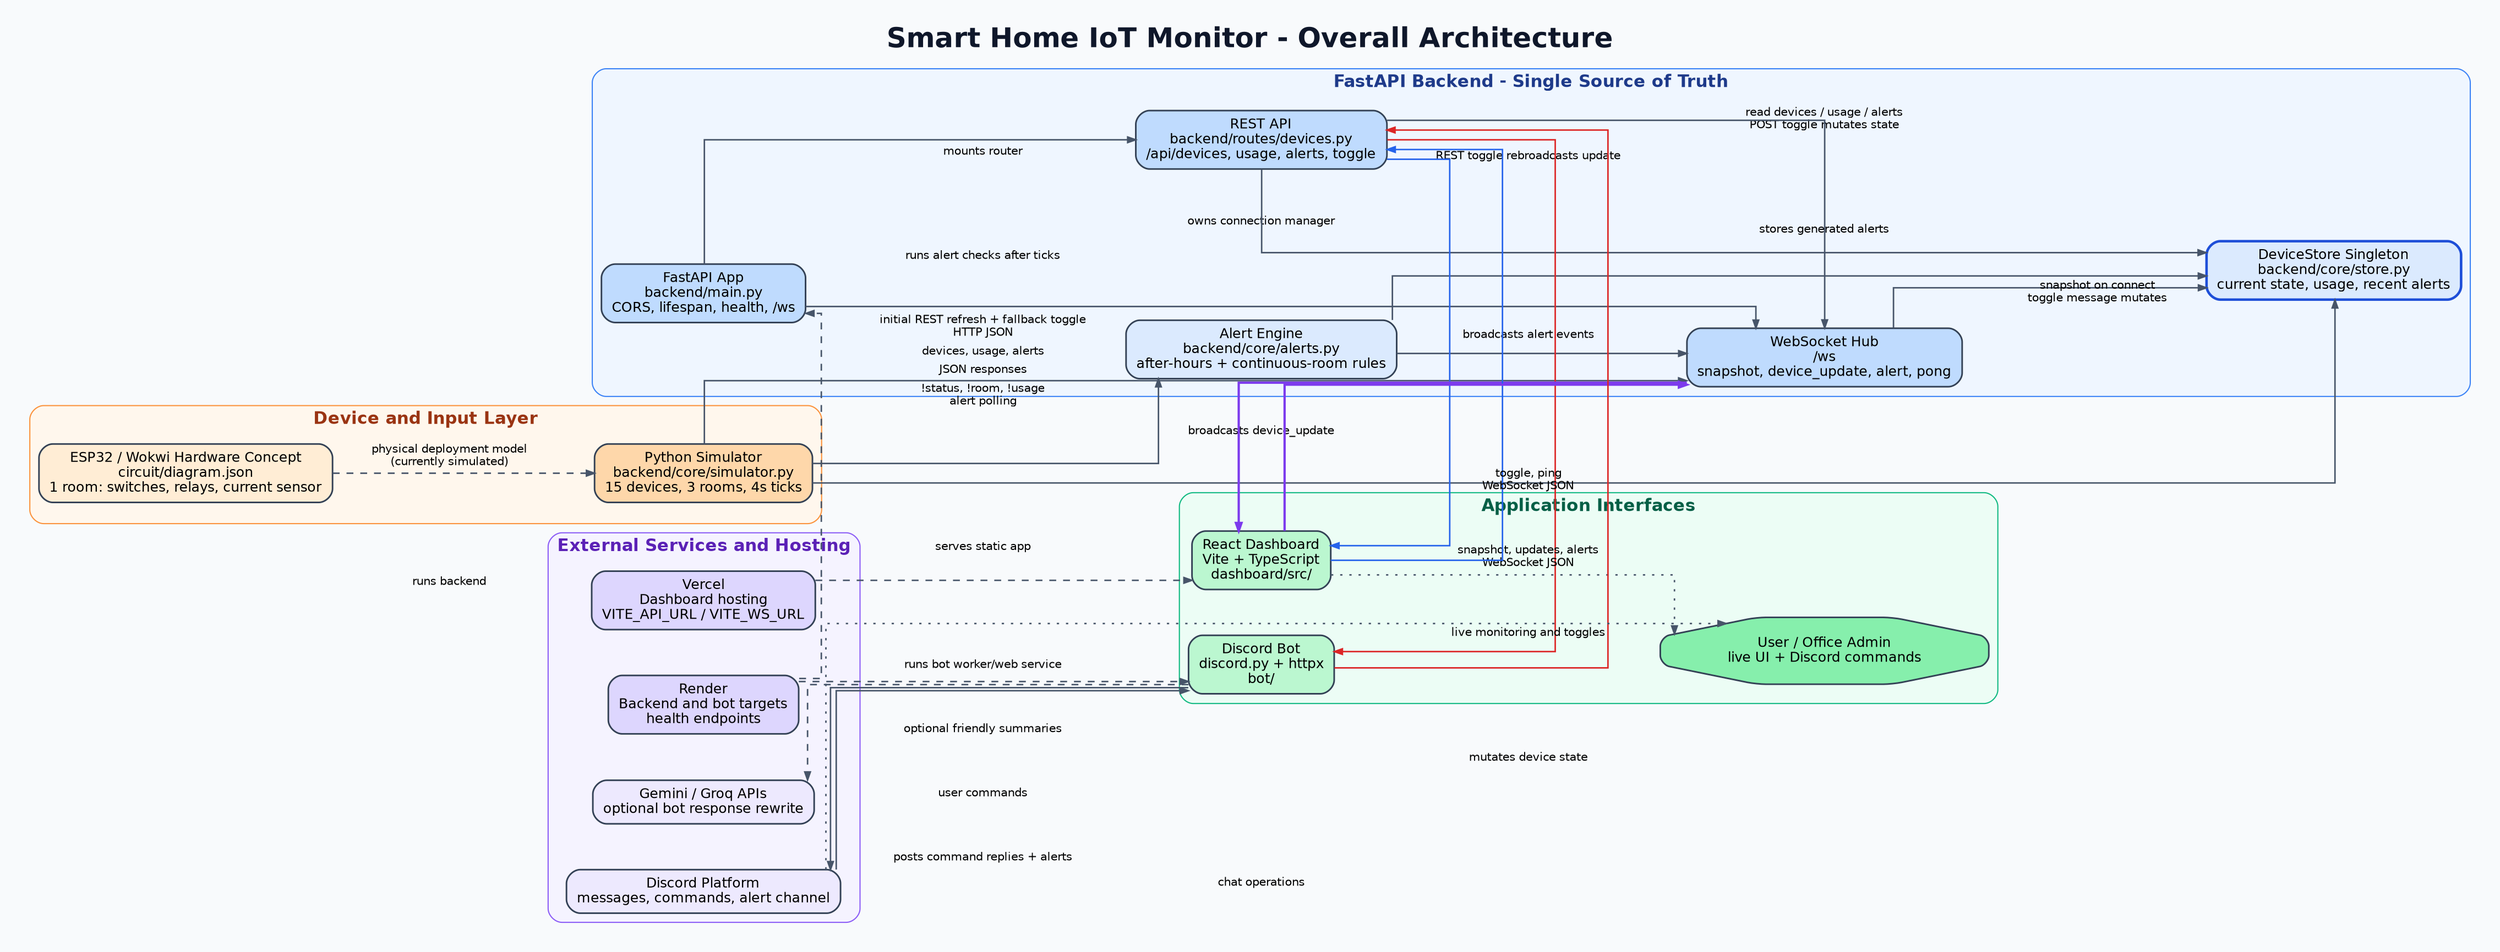
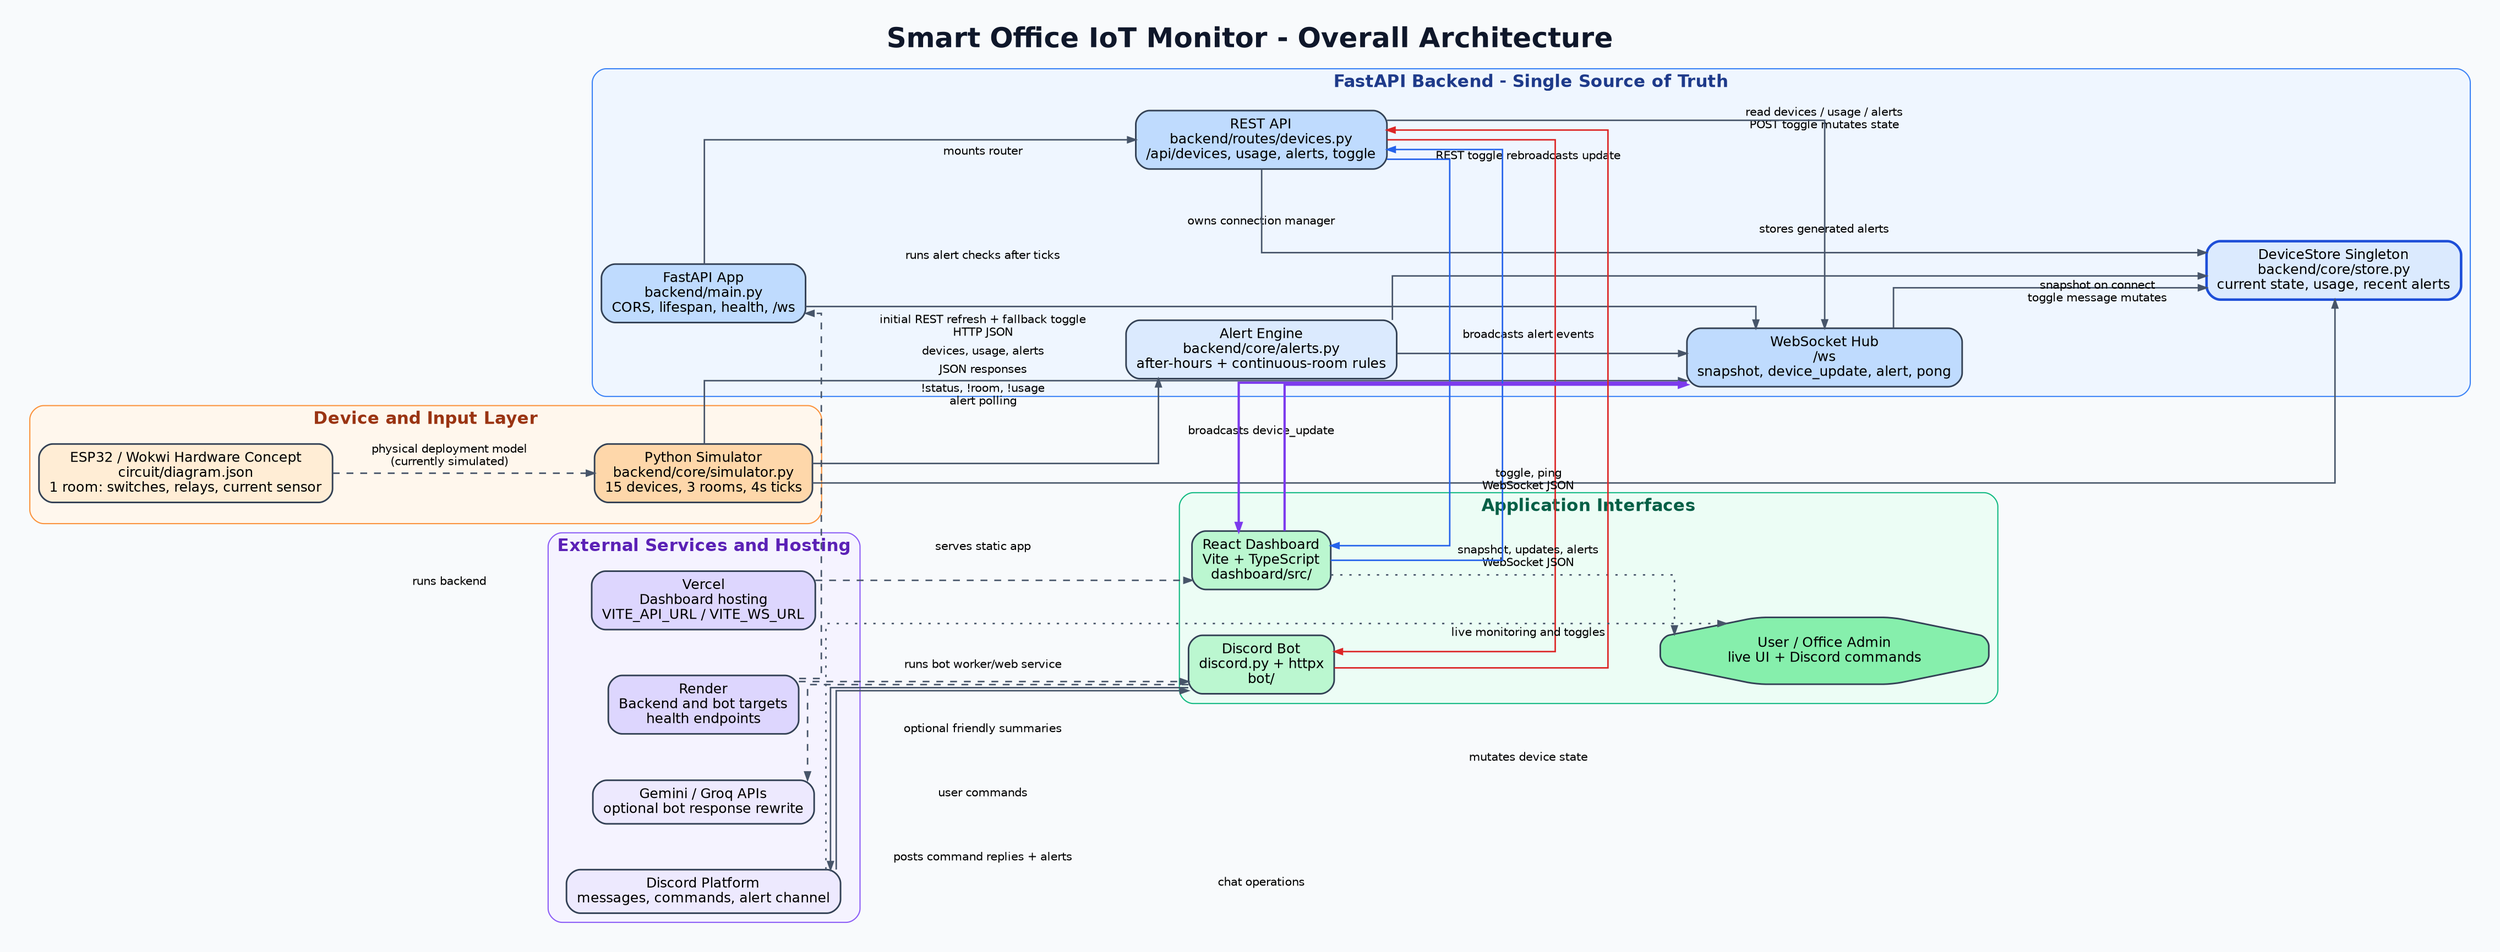
- // Smart Home IoT Monitor - Overall Architecture
+ // Smart Office IoT Monitor - Overall Architecture
// Source for diagrams/architecture.svg and diagrams/architecture.png.
// Regenerate with Graphviz when available:
//   dot -Tsvg diagrams/architecture.dot -o diagrams/architecture.svg
//   dot -Tpng diagrams/architecture.dot -o diagrams/architecture.png

digraph Architecture {
    graph [
        rankdir=LR,
        bgcolor="#f8fafc",
        compound=true,
        splines=ortho,
        nodesep=0.55,
        ranksep=0.95,
        pad=0.25,
-         label="Smart Home IoT Monitor - Overall Architecture",
+         label="Smart Office IoT Monitor - Overall Architecture",
        labelloc=t,
        fontsize=24,
        fontname="Helvetica-Bold",
        fontcolor="#0f172a"
    ];

    node [
        shape=box,
        style="rounded,filled",
        fontname="Helvetica",
        fontsize=12,
        color="#334155",
        penwidth=1.4,
        margin="0.12,0.08"
    ];

    edge [
        fontname="Helvetica",
        fontsize=10,
        color="#475569",
        penwidth=1.3,
        arrowsize=0.7
    ];

    subgraph cluster_sources {
        label="Device and Input Layer";
        style="rounded,filled";
        fillcolor="#fff7ed";
        color="#fb923c";
        fontcolor="#9a3412";
        fontsize=15;

        simulator [
            label="Python Simulator\nbackend/core/simulator.py\n15 devices, 3 rooms, 4s ticks",
            fillcolor="#fed7aa"
        ];

        hardware [
            label="ESP32 / Wokwi Hardware Concept\ncircuit/diagram.json\n1 room: switches, relays, current sensor",
            fillcolor="#ffedd5"
        ];
    }

    subgraph cluster_backend {
        label="FastAPI Backend - Single Source of Truth";
        style="rounded,filled";
        fillcolor="#eff6ff";
        color="#3b82f6";
        fontcolor="#1e3a8a";
        fontsize=15;

        api [
            label="FastAPI App\nbackend/main.py\nCORS, lifespan, health, /ws",
            fillcolor="#bfdbfe"
        ];

        store [
            label="DeviceStore Singleton\nbackend/core/store.py\ncurrent state, usage, recent alerts",
            fillcolor="#dbeafe",
            penwidth=2.2,
            color="#1d4ed8"
        ];

        alerts [
            label="Alert Engine\nbackend/core/alerts.py\nafter-hours + continuous-room rules",
            fillcolor="#dbeafe"
        ];

        rest [
            label="REST API\nbackend/routes/devices.py\n/api/devices, usage, alerts, toggle",
            fillcolor="#bfdbfe"
        ];

        ws [
            label="WebSocket Hub\n/ws\nsnapshot, device_update, alert, pong",
            fillcolor="#bfdbfe"
        ];
    }

    subgraph cluster_clients {
        label="Application Interfaces";
        style="rounded,filled";
        fillcolor="#ecfdf5";
        color="#10b981";
        fontcolor="#065f46";
        fontsize=15;

        dashboard [
            label="React Dashboard\nVite + TypeScript\ndashboard/src/",
            fillcolor="#bbf7d0"
        ];

        bot [
            label="Discord Bot\ndiscord.py + httpx\nbot/",
            fillcolor="#bbf7d0"
        ];

        user [
            label="User / Office Admin\nlive UI + Discord commands",
            shape=octagon,
            fillcolor="#86efac"
        ];
    }

    subgraph cluster_external {
        label="External Services and Hosting";
        style="rounded,filled";
        fillcolor="#f5f3ff";
        color="#8b5cf6";
        fontcolor="#5b21b6";
        fontsize=15;

        vercel [
            label="Vercel\nDashboard hosting\nVITE_API_URL / VITE_WS_URL",
            fillcolor="#ddd6fe"
        ];

        render [
            label="Render\nBackend and bot targets\nhealth endpoints",
            fillcolor="#ddd6fe"
        ];

        llm [
            label="Gemini / Groq APIs\noptional bot response rewrite",
            fillcolor="#ede9fe"
        ];

        discord [
            label="Discord Platform\nmessages, commands, alert channel",
            fillcolor="#ede9fe"
        ];
    }

    simulator -> store [
        label="mutates device state"
    ];
    simulator -> alerts [
        label="runs alert checks after ticks"
    ];
    simulator -> ws [
        label="broadcasts device_update"
    ];
    hardware -> simulator [
        label="physical deployment model\n(currently simulated)",
        style=dashed
    ];

    api -> ws [
        label="owns connection manager"
    ];
    api -> rest [
        label="mounts router"
    ];
    rest -> store [
        label="read devices / usage / alerts\nPOST toggle mutates state"
    ];
    ws -> store [
        label="snapshot on connect\ntoggle message mutates"
    ];
    alerts -> store [
        label="stores generated alerts"
    ];
    alerts -> ws [
        label="broadcasts alert events"
    ];
    rest -> ws [
        label="REST toggle rebroadcasts update"
    ];

    dashboard -> rest [
        label="initial REST refresh + fallback toggle\nHTTP JSON",
        color="#2563eb"
    ];
    rest -> dashboard [
        label="devices, usage, alerts",
        color="#2563eb"
    ];
    ws -> dashboard [
        label="snapshot, updates, alerts\nWebSocket JSON",
        color="#7c3aed",
        penwidth=2.0
    ];
    dashboard -> ws [
        label="toggle, ping\nWebSocket JSON",
        color="#7c3aed",
        penwidth=2.0
    ];

    bot -> rest [
        label="!status, !room, !usage\nalert polling",
        color="#dc2626"
    ];
    rest -> bot [
        label="JSON responses",
        color="#dc2626"
    ];
    bot -> llm [
        label="optional friendly summaries",
        style=dashed
    ];
    bot -> discord [
        label="posts command replies + alerts"
    ];
    discord -> bot [
        label="user commands"
    ];

    dashboard -> user [
        label="live monitoring and toggles",
        style=dotted
    ];
    discord -> user [
        label="chat operations",
        style=dotted
    ];

    vercel -> dashboard [
        label="serves static app",
        style=dashed
    ];
    render -> api [
        label="runs backend",
        style=dashed
    ];
    render -> bot [
        label="runs bot worker/web service",
        style=dashed
    ];
}
